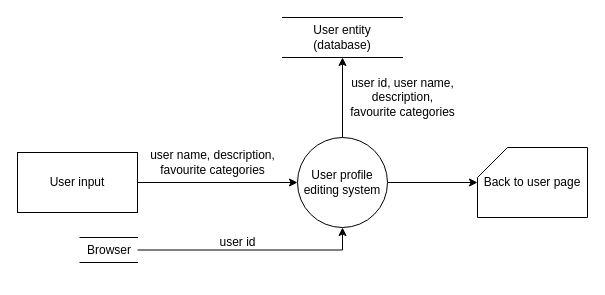
Before: DFD/User/UserProfileSystem.drawio in DonaldLamNL/buzzer, a draw.io diagram. Source tidied: cells renumbered, new cells numbered last; positions are measured from the earlier drawing's top-left corner, leaving out a move shared by most shapes. Both pictures are drawn from the tidied source at 100%, with x=0, y=0 at pixel (17, 17).
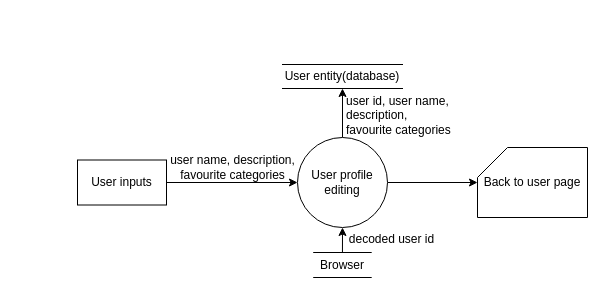
The same diagram, later.

Diff of the diagram source:
```diff
@@
 <mxGraphModel>
   <root>
     <mxCell id="0" />
     <mxCell id="1" parent="0" />
-    <mxCell id="2" style="edgeStyle=orthogonalEdgeStyle;rounded=0;jettySize=auto;html=1;" parent="1" edge="1" source="3" target="6">
+    <mxCell id="2" style="edgeStyle=orthogonalEdgeStyle;rounded=0;jettySize=auto;html=1;exitX=1;exitY=0.5;exitDx=0;exitDy=0;" parent="1" edge="1" source="15" target="6">
       <mxGeometry relative="1" as="geometry" />
     </mxCell>
-    <mxCell id="3" value="User input" style="rounded=0;whiteSpace=wrap;html=1;" parent="1" vertex="1">
-      <mxGeometry y="135" width="120" height="60" as="geometry" />
-    </mxCell>
-    <mxCell id="4" style="edgeStyle=orthogonalEdgeStyle;rounded=0;jettySize=auto;html=1;exitX=0.5;exitY=0;exitDx=0;exitDy=0;entryX=0.5;entryY=1;entryDx=0;entryDy=0;" parent="1" edge="1" source="6" target="11">
+    <mxCell id="4" style="edgeStyle=orthogonalEdgeStyle;rounded=0;jettySize=auto;html=1;exitX=0.5;exitY=0;exitDx=0;exitDy=0;entryX=0.5;entryY=1;entryDx=0;entryDy=0;" parent="1" edge="1" source="6" target="14">
       <mxGeometry relative="1" as="geometry" />
     </mxCell>
     <mxCell id="5" style="edgeStyle=orthogonalEdgeStyle;rounded=0;jettySize=auto;html=1;" parent="1" edge="1" source="6" target="13">
       <mxGeometry relative="1" as="geometry" />
     </mxCell>
-    <mxCell id="6" value="User profile editing system" style="ellipse;whiteSpace=wrap;html=1;" parent="1" vertex="1">
+    <mxCell id="6" value="User profile editing" style="ellipse;whiteSpace=wrap;html=1;" parent="1" vertex="1">
       <mxGeometry x="280" y="120" width="90" height="90" as="geometry" />
     </mxCell>
     <mxCell id="7" value="user name, description, &lt;br&gt;favourite categories" style="text;html=1;align=center;verticalAlign=middle;strokeColor=none;fillColor=none;" parent="1" vertex="1">
-      <mxGeometry x="120" y="125" width="150" height="40" as="geometry" />
+      <mxGeometry x="140" y="130" width="150" height="40" as="geometry" />
     </mxCell>
-    <mxCell id="8" style="edgeStyle=orthogonalEdgeStyle;rounded=0;jettySize=auto;html=1;exitX=1;exitY=0.5;exitDx=0;exitDy=0;entryX=0.5;entryY=1;entryDx=0;entryDy=0;" parent="1" edge="1" source="9" target="6">
+    <mxCell id="8" style="edgeStyle=orthogonalEdgeStyle;rounded=0;jettySize=auto;html=1;exitX=0.5;exitY=0;exitDx=0;exitDy=0;entryX=0.5;entryY=1;entryDx=0;entryDy=0;" parent="1" edge="1" source="9" target="6">
       <mxGeometry relative="1" as="geometry" />
     </mxCell>
     <mxCell id="9" value="Browser" style="shape=partialRectangle;whiteSpace=wrap;html=1;left=0;right=0;fillColor=none;rounded=0;strokeColor=default;fontFamily=Helvetica;fontSize=12;fontColor=default;" parent="1" vertex="1">
-      <mxGeometry x="62.5" y="220" width="57.5" height="25" as="geometry" />
+      <mxGeometry x="296.2" y="235" width="57.5" height="25" as="geometry" />
     </mxCell>
-    <mxCell id="10" value="user id" style="text;html=1;align=center;verticalAlign=middle;strokeColor=none;fillColor=none;" parent="1" vertex="1">
-      <mxGeometry x="190" y="210" width="60" height="30" as="geometry" />
+    <mxCell id="10" value="decoded user id" style="text;html=1;align=center;verticalAlign=middle;strokeColor=none;fillColor=none;" parent="1" vertex="1">
+      <mxGeometry x="322" y="209" width="103" height="26" as="geometry" />
     </mxCell>
-    <mxCell id="11" value="User entity (database)" style="shape=partialRectangle;whiteSpace=wrap;html=1;left=0;right=0;fillColor=none;rounded=0;strokeColor=default;fontFamily=Helvetica;fontSize=12;fontColor=default;" parent="1" vertex="1">
-      <mxGeometry x="265" width="120" height="40" as="geometry" />
-    </mxCell>
-    <mxCell id="12" value="user id, user name, &lt;br&gt;description,&lt;br&gt;favourite categories" style="text;html=1;align=center;verticalAlign=middle;strokeColor=none;fillColor=none;" parent="1" vertex="1">
-      <mxGeometry x="320" y="50" width="130" height="60" as="geometry" />
+    <mxCell id="12" value="user id, user name, &lt;br&gt;description,&lt;br&gt;&lt;div style=&quot;&quot;&gt;favourite categories&lt;/div&gt;" style="text;html=1;align=left;verticalAlign=middle;strokeColor=none;fillColor=none;" parent="1" vertex="1">
+      <mxGeometry x="327" y="71" width="123" height="54" as="geometry" />
     </mxCell>
     <mxCell id="13" value="Back to user page" style="shape=card;whiteSpace=wrap;html=1;" parent="1" vertex="1">
       <mxGeometry x="460" y="130" width="110" height="70" as="geometry" />
     </mxCell>
+    <mxCell id="14" value="User entity(database)" style="shape=partialRectangle;whiteSpace=wrap;html=1;left=0;right=0;fillColor=none;rounded=0;strokeColor=default;fontFamily=Helvetica;fontSize=12;fontColor=default;" parent="1" vertex="1">
+      <mxGeometry x="265" y="47" width="120" height="24" as="geometry" />
+    </mxCell>
+    <mxCell id="15" value="User inputs" style="rounded=0;whiteSpace=wrap;html=1;" parent="1" vertex="1">
+      <mxGeometry x="60" y="142.5" width="89" height="45" as="geometry" />
+    </mxCell>
   </root>
 </mxGraphModel>
```
